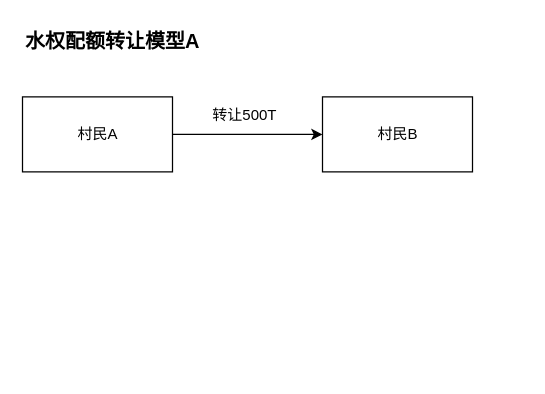
The draw.io diagram src/main/work/zhonghuan/20231108155131.drawio in ab-doc/draw.io, before the edit. Source tidied: cells renumbered, new cells numbered last; positions are measured from the earlier drawing's top-left corner, leaving out a move shared by most shapes. Both pictures are drawn from the tidied source at 125%, with x=0, y=0 at pixel (21, 21).
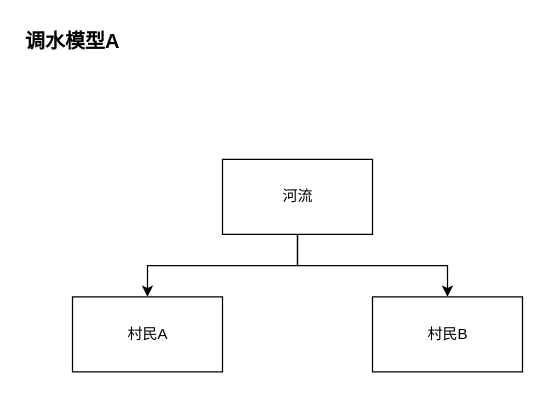
After the change.

What changed in the source:
```diff
@@
 <mxGraphModel>
   <root>
     <mxCell id="0" />
     <mxCell id="1" parent="0" />
-    <mxCell id="2" value="&lt;b style=&quot;font-size: 16px;&quot;&gt;水权配额转让模型A&lt;/b&gt;" style="text;html=1;align=left;verticalAlign=middle;strokeColor=none;fillColor=none;fontSize=16;rounded=0;labelBackgroundColor=none;" parent="1" vertex="1">
-      <mxGeometry x="0.5" width="160" height="30" as="geometry" />
+    <mxCell id="2" value="&lt;b style=&quot;font-size: 16px;&quot;&gt;调水模型A&lt;/b&gt;" style="text;html=1;align=left;verticalAlign=middle;strokeColor=none;fillColor=none;fontSize=16;rounded=0;labelBackgroundColor=none;" parent="1" vertex="1">
+      <mxGeometry x="0.5" width="100" height="30" as="geometry" />
     </mxCell>
     <mxCell id="3" style="edgeStyle=orthogonalEdgeStyle;rounded=0;jettySize=auto;html=1;" parent="1" edge="1" source="4" target="5">
       <mxGeometry relative="1" as="geometry" />
     </mxCell>
+    <mxCell id="7" style="edgeStyle=orthogonalEdgeStyle;rounded=0;jettySize=auto;html=1;" parent="1" edge="1" source="4" target="8">
+      <mxGeometry relative="1" as="geometry" />
+    </mxCell>
-    <mxCell id="4" value="村民A" style="rounded=0;whiteSpace=wrap;html=1;" parent="1" vertex="1">
-      <mxGeometry x="0.5" y="60" width="120" height="60" as="geometry" />
+    <mxCell id="4" value="河流" style="rounded=0;whiteSpace=wrap;html=1;" parent="1" vertex="1">
+      <mxGeometry x="160.5" y="110" width="120" height="60" as="geometry" />
     </mxCell>
     <mxCell id="5" value="村民B" style="rounded=0;whiteSpace=wrap;html=1;" parent="1" vertex="1">
-      <mxGeometry x="240.5" y="60" width="120" height="60" as="geometry" />
+      <mxGeometry x="280.5" y="220" width="120" height="60" as="geometry" />
     </mxCell>
-    <mxCell id="6" value="转让500T" style="text;html=1;align=center;verticalAlign=middle;strokeColor=none;fillColor=none;" parent="1" vertex="1">
-      <mxGeometry x="142.5" y="60" width="70" height="30" as="geometry" />
-    </mxCell>
+    <mxCell id="8" value="村民A" style="rounded=0;whiteSpace=wrap;html=1;" parent="1" vertex="1">
+      <mxGeometry x="40.5" y="220" width="120" height="60" as="geometry" />
+    </mxCell>
   </root>
 </mxGraphModel>
```
